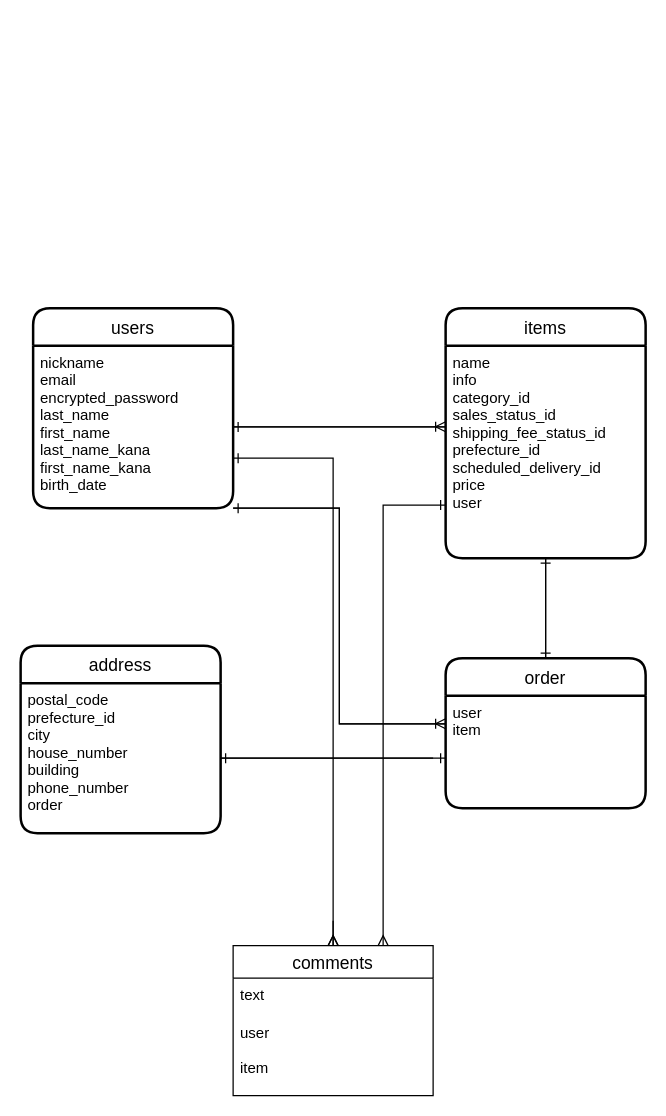
The draw.io diagram ER.dio in d-cho623/furima-35405, before the edit. Source tidied: cells renumbered, new cells numbered last; positions are measured from the earlier drawing's top-left corner, leaving out a move shared by most shapes. Both pictures are drawn from the tidied source at 125%, with x=0, y=0 at pixel (20, 308).
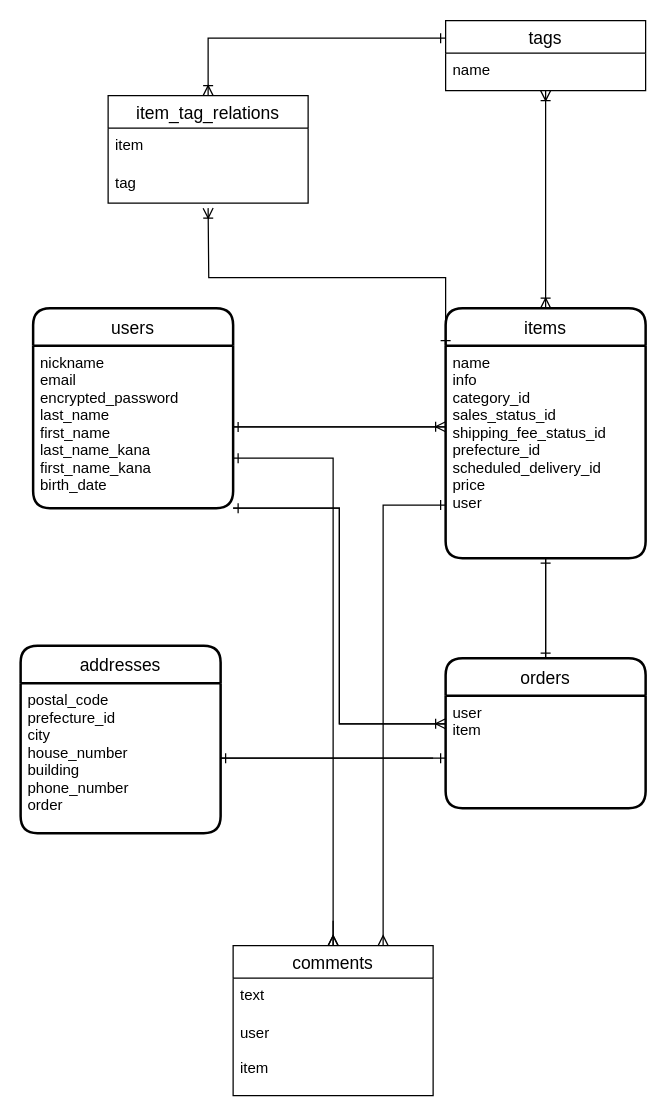
The same diagram, later.

Unchanged cells that the change refers to:
```xml
<mxCell id="4" value="items" style="swimlane;horizontal=1;startSize=30;rounded=1;fontSize=14;fontStyle=0;strokeWidth=2;shadow=0;dashed=0;align=center;" parent="1" vertex="1">
  <mxGeometry x="340" width="160" height="200" as="geometry" />
</mxCell>
<mxCell id="5" value="name&#10;info&#10;category_id&#10;sales_status_id&#10;shipping_fee_status_id&#10;prefecture_id&#10;scheduled_delivery_id&#10;price&#10;user" style="align=left;strokeColor=none;fillColor=none;spacingLeft=4;fontSize=12;verticalAlign=top;" parent="4" vertex="1">
  <mxGeometry y="30" width="160" height="170" as="geometry" />
</mxCell>
```

Diff of the diagram source:
```diff
@@
-    <mxCell id="7" value="order" style="swimlane;horizontal=1;startSize=30;rounded=1;fontSize=14;fontStyle=0;strokeWidth=2;shadow=0;dashed=0;align=center;" parent="1" vertex="1">
+    <mxCell id="7" value="orders" style="swimlane;horizontal=1;startSize=30;rounded=1;fontSize=14;fontStyle=0;strokeWidth=2;shadow=0;dashed=0;align=center;" parent="1" vertex="1">
       <mxGeometry x="340" y="280" width="160" height="120" as="geometry" />
     </mxCell>
@@
-    <mxCell id="10" value="address" style="swimlane;horizontal=1;startSize=30;rounded=1;fontSize=14;fontStyle=0;strokeWidth=2;shadow=0;dashed=0;align=center;" parent="1" vertex="1">
+    <mxCell id="10" value="addresses" style="swimlane;horizontal=1;startSize=30;rounded=1;fontSize=14;fontStyle=0;strokeWidth=2;shadow=0;dashed=0;align=center;" parent="1" vertex="1">
       <mxGeometry y="270" width="160" height="150" as="geometry" />
     </mxCell>
@@
+    <mxCell id="24" style="edgeStyle=orthogonalEdgeStyle;rounded=0;jettySize=auto;html=1;entryX=0.5;entryY=0;entryDx=0;entryDy=0;endArrow=ERoneToMany;endFill=0;startArrow=ERoneToMany;startFill=0;" parent="1" edge="1" source="26" target="4">
+      <mxGeometry relative="1" as="geometry" />
+    </mxCell>
+    <mxCell id="25" style="edgeStyle=orthogonalEdgeStyle;rounded=0;jettySize=auto;html=1;exitX=0;exitY=0.25;exitDx=0;exitDy=0;entryX=0.5;entryY=0;entryDx=0;entryDy=0;startArrow=ERone;startFill=0;endArrow=ERoneToMany;endFill=0;" parent="1" edge="1" source="26" target="28">
+      <mxGeometry relative="1" as="geometry" />
+    </mxCell>
+    <mxCell id="26" value="tags" style="swimlane;fontStyle=0;horizontal=1;startSize=26;align=center;fontSize=14;" parent="1" vertex="1">
+      <mxGeometry x="340" y="-230" width="160" height="56" as="geometry" />
+    </mxCell>
+    <mxCell id="27" value="name" style="text;strokeColor=none;fillColor=none;spacingLeft=4;spacingRight=4;overflow=hidden;fontSize=12;" parent="26" vertex="1">
+      <mxGeometry y="26" width="160" height="30" as="geometry" />
+    </mxCell>
+    <mxCell id="28" value="item_tag_relations" style="swimlane;fontStyle=0;horizontal=1;startSize=26;align=center;fontSize=14;" parent="1" vertex="1">
+      <mxGeometry x="70" y="-170" width="160" height="86" as="geometry" />
+    </mxCell>
+    <mxCell id="29" value="item" style="text;strokeColor=none;fillColor=none;spacingLeft=4;spacingRight=4;overflow=hidden;fontSize=12;" parent="28" vertex="1">
+      <mxGeometry y="26" width="160" height="30" as="geometry" />
+    </mxCell>
+    <mxCell id="30" value="tag" style="text;strokeColor=none;fillColor=none;spacingLeft=4;spacingRight=4;overflow=hidden;fontSize=12;" parent="28" vertex="1">
+      <mxGeometry y="56" width="160" height="30" as="geometry" />
+    </mxCell>
+    <mxCell id="31" style="edgeStyle=orthogonalEdgeStyle;rounded=0;jettySize=auto;html=1;exitX=0;exitY=0;exitDx=0;exitDy=0;startArrow=ERone;startFill=0;endArrow=ERoneToMany;endFill=0;" parent="1" edge="1" source="5">
+      <mxGeometry relative="1" as="geometry">
+        <mxPoint x="150" y="-80" as="targetPoint" />
+      </mxGeometry>
+    </mxCell>
```
